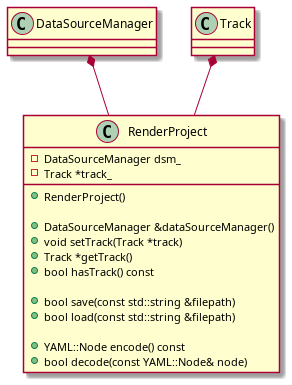
This is docs/plantuml_imgs/projectClasses.png from hankedan000/gopro-overlay, a PlantUML export, as it was before one commit. Its diagram source:
```plantuml
@startuml plantuml_imgs/projectClasses

class RenderProject {
	+RenderProject()

	+DataSourceManager &dataSourceManager()
	+void setTrack(Track *track)
	+Track *getTrack()
	+bool hasTrack() const

	+bool save(const std::string &filepath)
	+bool load(const std::string &filepath)

	+YAML::Node encode() const
	+bool decode(const YAML::Node& node)

	-DataSourceManager dsm_
	-Track *track_
}

DataSourceManager *-- RenderProject
Track *-- RenderProject

@enduml
```
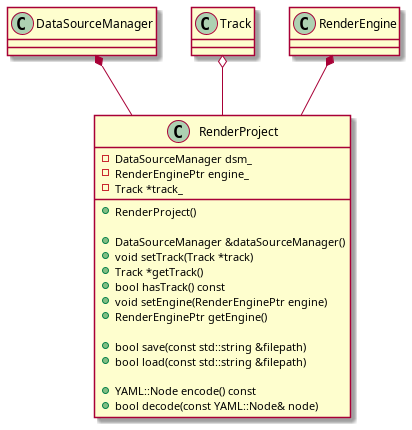
The same file after the commit.

What changed in the source:
```diff
@@ -7,6 +7,8 @@
 	+void setTrack(Track *track)
 	+Track *getTrack()
 	+bool hasTrack() const
+	+void setEngine(RenderEnginePtr engine)
+	+RenderEnginePtr getEngine()
 
 	+bool save(const std::string &filepath)
 	+bool load(const std::string &filepath)
@@ -15,10 +17,12 @@
 	+bool decode(const YAML::Node& node)
 
 	-DataSourceManager dsm_
+	-RenderEnginePtr engine_
 	-Track *track_
 }
 
 DataSourceManager *-- RenderProject
-Track *-- RenderProject
+Track o-- RenderProject
+RenderEngine *-- RenderProject
 
 @enduml
```
